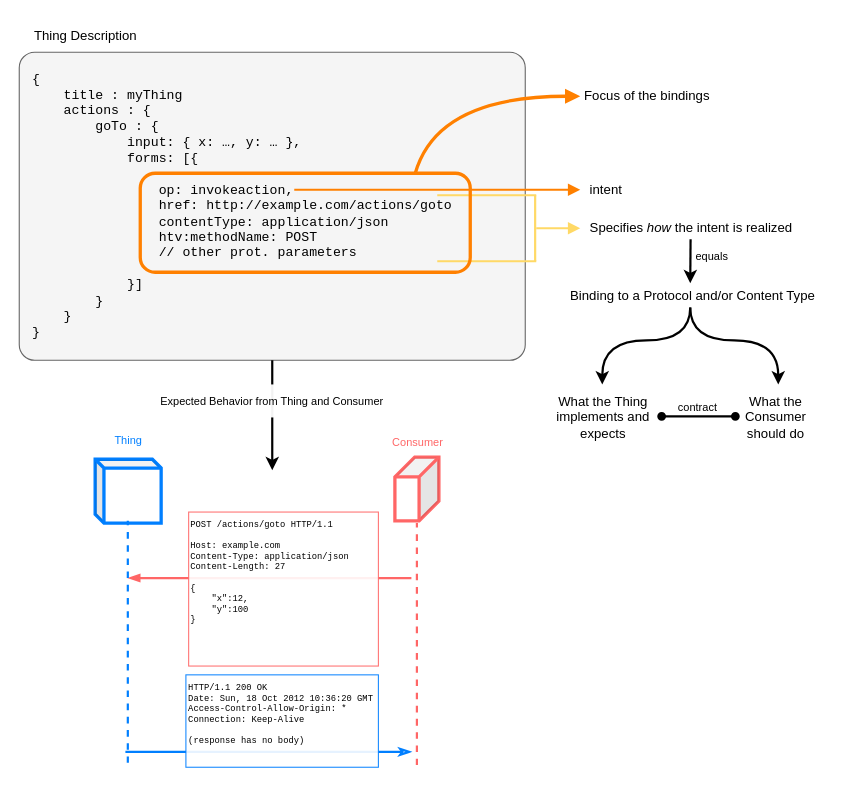
Earlier version of the draw.io diagram images/binding-mechanism.drawio (w3c/wot-binding-templates). Source tidied: cells renumbered, new cells numbered last; positions are measured from the earlier drawing's top-left corner, leaving out a move shared by most shapes. Both pictures are drawn from the tidied source at 110%, with x=0, y=0 at pixel (19, 19).
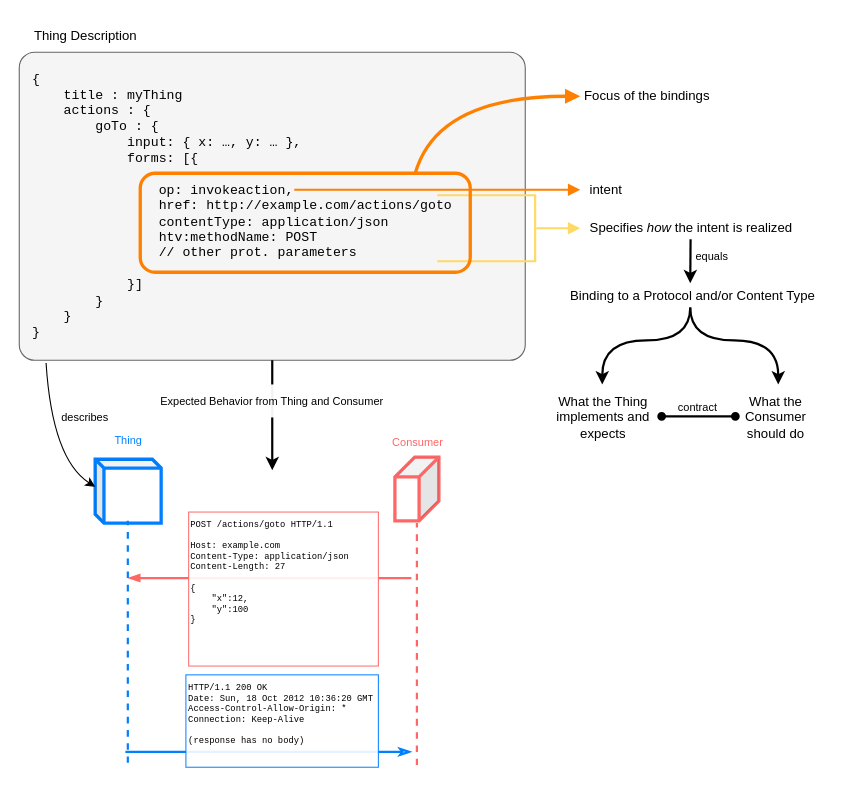
After the change.

Commit message (it also covers changes not shown here):
introduce text for mechanism

The change refers to these unchanged cells:
```xml
<mxCell id="2" style="rounded=1;whiteSpace=wrap;html=1;arcSize=5;fillColor=#f5f5f5;fontColor=#333333;strokeColor=#666666;" parent="1" vertex="1">
  <mxGeometry y="30" width="460" height="280" as="geometry" />
</mxCell>
<mxCell id="28" style="shape=cube;whiteSpace=wrap;html=1;boundedLbl=1;backgroundOutline=1;darkOpacity=0.05;darkOpacity2=0.1;strokeColor=#007FFF;strokeWidth=3;fontFamily=Helvetica;fontSize=10;fillColor=default;size=8;" parent="26" vertex="1">
  <mxGeometry y="32" width="60" height="58" as="geometry" />
</mxCell>
```

The edit, as a diff of the source:
```diff
@@
+    <mxCell id="37" style="endArrow=classic;html=1;entryX=0;entryY=0;entryDx=0;entryDy=25;entryPerimeter=0;exitX=0.053;exitY=1.009;exitDx=0;exitDy=0;exitPerimeter=0;curved=1;" parent="1" edge="1" source="2" target="28">
+      <mxGeometry relative="1" as="geometry">
+        <Array as="points">
+          <mxPoint x="30" y="400" />
+        </Array>
+      </mxGeometry>
+    </mxCell>
+    <mxCell id="38" value="describes" style="text;html=1;strokeColor=none;fillColor=none;align=center;verticalAlign=middle;whiteSpace=wrap;rounded=0;fontSize=10;" parent="1" vertex="1">
+      <mxGeometry x="30" y="347" width="60" height="30" as="geometry" />
+    </mxCell>
```
